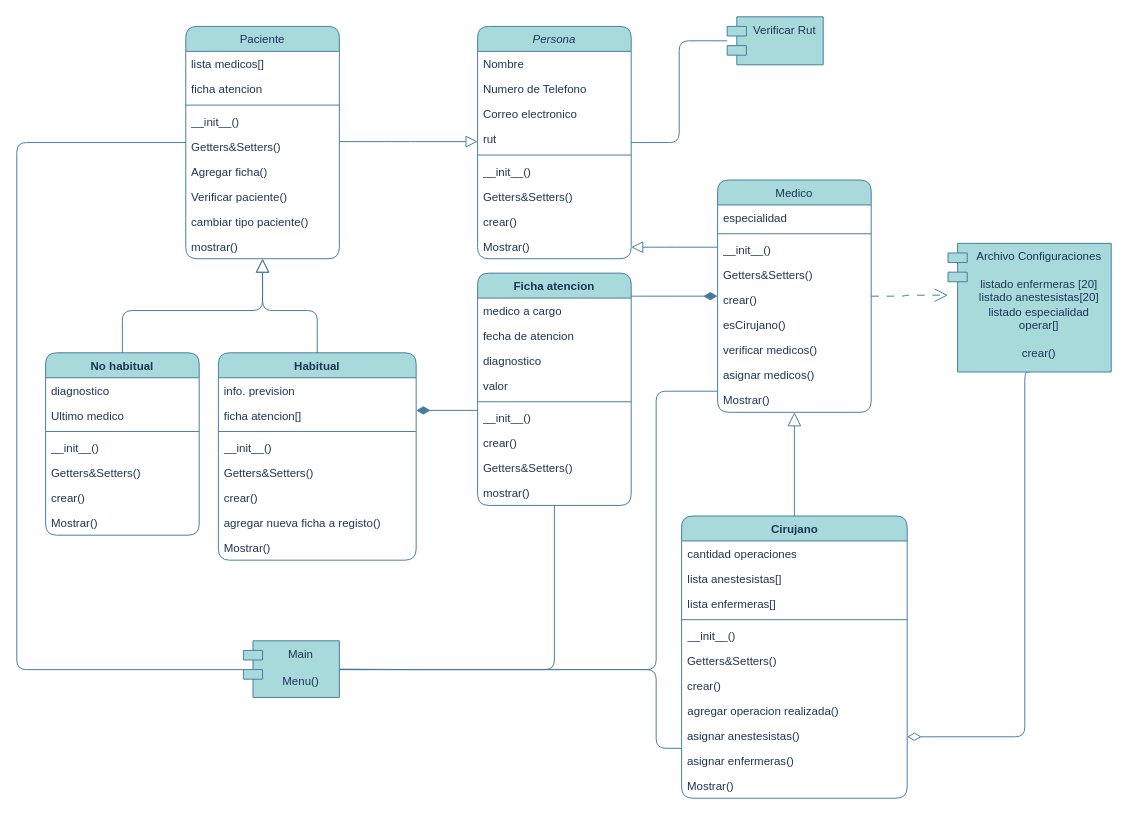
Before: lab 3 progra.drawio in Krishna-Salgado/Progra-Lab-3, a draw.io diagram. Source tidied: cells renumbered, new cells numbered last; positions are measured from the earlier drawing's top-left corner, leaving out a move shared by most shapes. Both pictures are drawn from the tidied source at 96%, with x=0, y=0 at pixel (16, 16).
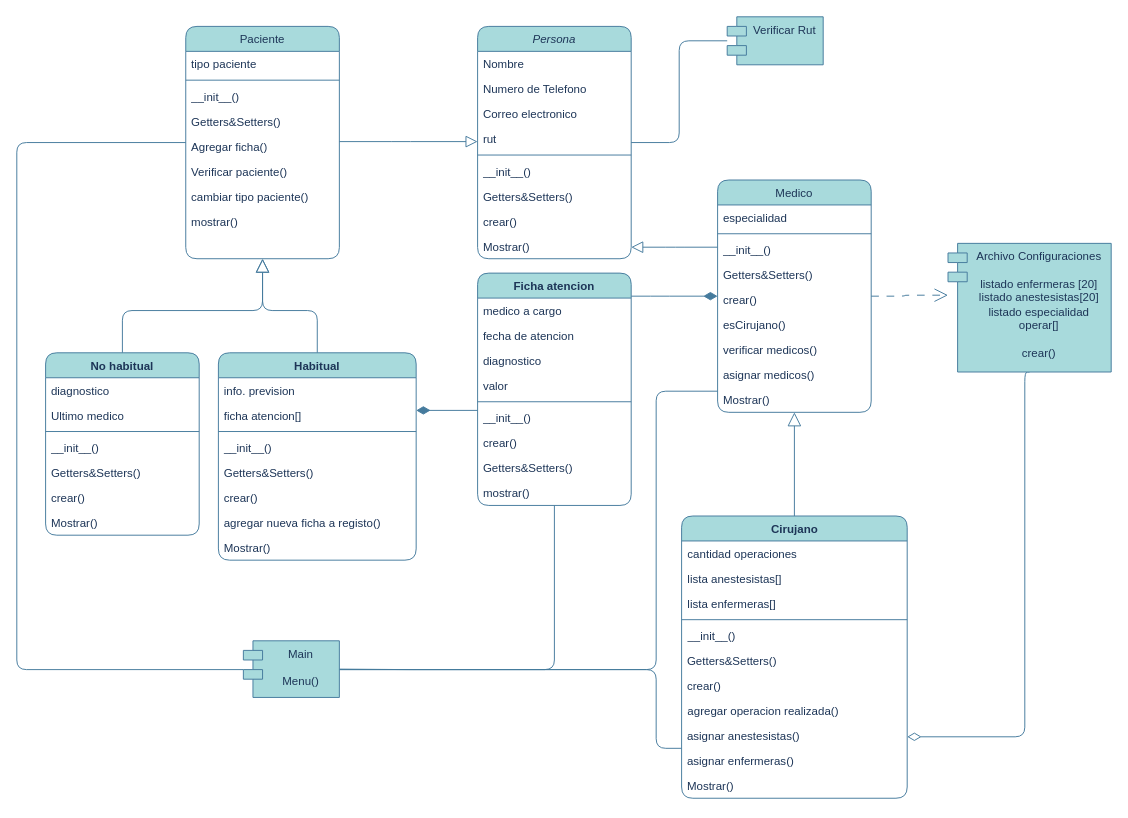
The same page after the edit.

The change refers to these unchanged cells:
```xml
<mxCell id="13" value="Paciente" style="swimlane;fontStyle=0;align=center;verticalAlign=top;horizontal=1;startSize=26;rounded=1;shadow=0;strokeWidth=1;labelBackgroundColor=none;fillColor=#A8DADC;strokeColor=#457B9D;fontColor=#1D3557;" parent="1" vertex="1">
  <mxGeometry x="176" y="10" width="160" height="242" as="geometry" />
</mxCell>
```

Diff of the diagram source:
```diff
@@
-    <mxCell id="14" value="lista medicos[]" style="text;align=left;verticalAlign=top;spacingLeft=4;spacingRight=4;overflow=hidden;rounded=1;labelBackgroundColor=none;fontColor=#1D3557;" parent="13" vertex="1">
+    <mxCell id="14" value="tipo paciente" style="text;align=left;verticalAlign=top;spacingLeft=4;spacingRight=4;overflow=hidden;rounded=1;labelBackgroundColor=none;fontColor=#1D3557;" parent="13" vertex="1">
       <mxGeometry y="26" width="160" height="26" as="geometry" />
     </mxCell>
-    <mxCell id="15" value="ficha atencion" style="text;align=left;verticalAlign=top;spacingLeft=4;spacingRight=4;overflow=hidden;rounded=1;labelBackgroundColor=none;fontColor=#1D3557;" parent="13" vertex="1">
-      <mxGeometry y="52" width="160" height="26" as="geometry" />
-    </mxCell>
     <mxCell id="16" style="line;html=1;strokeWidth=1;align=left;verticalAlign=middle;spacingTop=-1;spacingLeft=3;spacingRight=3;labelPosition=right;rounded=1;labelBackgroundColor=none;fillColor=#A8DADC;strokeColor=#457B9D;fontColor=#1D3557;" parent="13" vertex="1">
-      <mxGeometry y="78" width="160" height="8" as="geometry" />
+      <mxGeometry y="52" width="160" height="8" as="geometry" />
     </mxCell>
     <mxCell id="17" value="__init__()" style="text;strokeColor=none;fillColor=none;align=left;verticalAlign=top;spacingLeft=4;spacingRight=4;overflow=hidden;whiteSpace=wrap;html=1;rounded=1;labelBackgroundColor=none;fontColor=#1D3557;" parent="13" vertex="1">
-      <mxGeometry y="86" width="160" height="26" as="geometry" />
+      <mxGeometry y="60" width="160" height="26" as="geometry" />
     </mxCell>
     <mxCell id="18" value="Getters&amp;amp;Setters()" style="text;strokeColor=none;fillColor=none;align=left;verticalAlign=top;spacingLeft=4;spacingRight=4;overflow=hidden;whiteSpace=wrap;html=1;rounded=1;labelBackgroundColor=none;fontColor=#1D3557;" parent="13" vertex="1">
-      <mxGeometry y="112" width="160" height="26" as="geometry" />
+      <mxGeometry y="86" width="160" height="26" as="geometry" />
     </mxCell>
     <mxCell id="19" value="Agregar ficha()" style="text;strokeColor=none;fillColor=none;align=left;verticalAlign=top;spacingLeft=4;spacingRight=4;overflow=hidden;whiteSpace=wrap;html=1;rounded=1;labelBackgroundColor=none;fontColor=#1D3557;" parent="13" vertex="1">
-      <mxGeometry y="138" width="160" height="26" as="geometry" />
+      <mxGeometry y="112" width="160" height="26" as="geometry" />
     </mxCell>
     <mxCell id="20" value="Verificar paciente()" style="text;strokeColor=none;fillColor=none;align=left;verticalAlign=top;spacingLeft=4;spacingRight=4;overflow=hidden;whiteSpace=wrap;html=1;rounded=1;labelBackgroundColor=none;fontColor=#1D3557;" parent="13" vertex="1">
-      <mxGeometry y="164" width="160" height="26" as="geometry" />
+      <mxGeometry y="138" width="160" height="26" as="geometry" />
     </mxCell>
     <mxCell id="21" value="cambiar tipo paciente()" style="text;strokeColor=none;fillColor=none;align=left;verticalAlign=top;spacingLeft=4;spacingRight=4;overflow=hidden;whiteSpace=wrap;html=1;rounded=1;labelBackgroundColor=none;fontColor=#1D3557;" parent="13" vertex="1">
-      <mxGeometry y="190" width="160" height="26" as="geometry" />
+      <mxGeometry y="164" width="160" height="26" as="geometry" />
     </mxCell>
     <mxCell id="22" value="mostrar()" style="text;strokeColor=none;fillColor=none;align=left;verticalAlign=top;spacingLeft=4;spacingRight=4;overflow=hidden;whiteSpace=wrap;html=1;rounded=1;labelBackgroundColor=none;fontColor=#1D3557;" parent="13" vertex="1">
-      <mxGeometry y="216" width="160" height="26" as="geometry" />
+      <mxGeometry y="190" width="160" height="26" as="geometry" />
     </mxCell>
```
